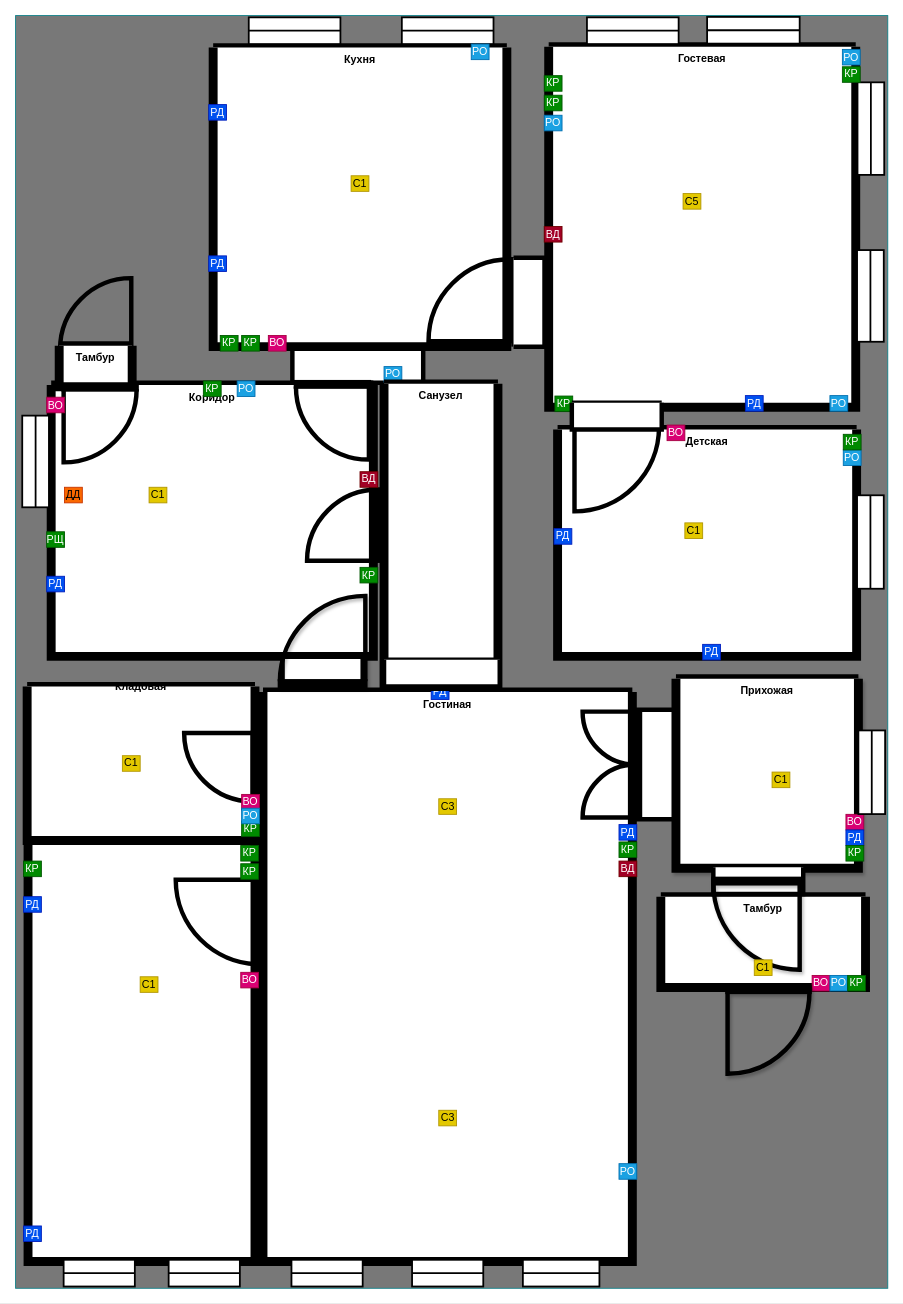
Before: page "Электрика Дом" (3 of 4) of Переезд.drawio in GritsanY/test, a draw.io diagram. Source tidied: cells renumbered, new cells numbered last; positions are measured from the earlier drawing's top-left corner, leaving out a move shared by most shapes. Both pictures are drawn from the tidied source at 89%, with x=0, y=0 at pixel (-11, 15).
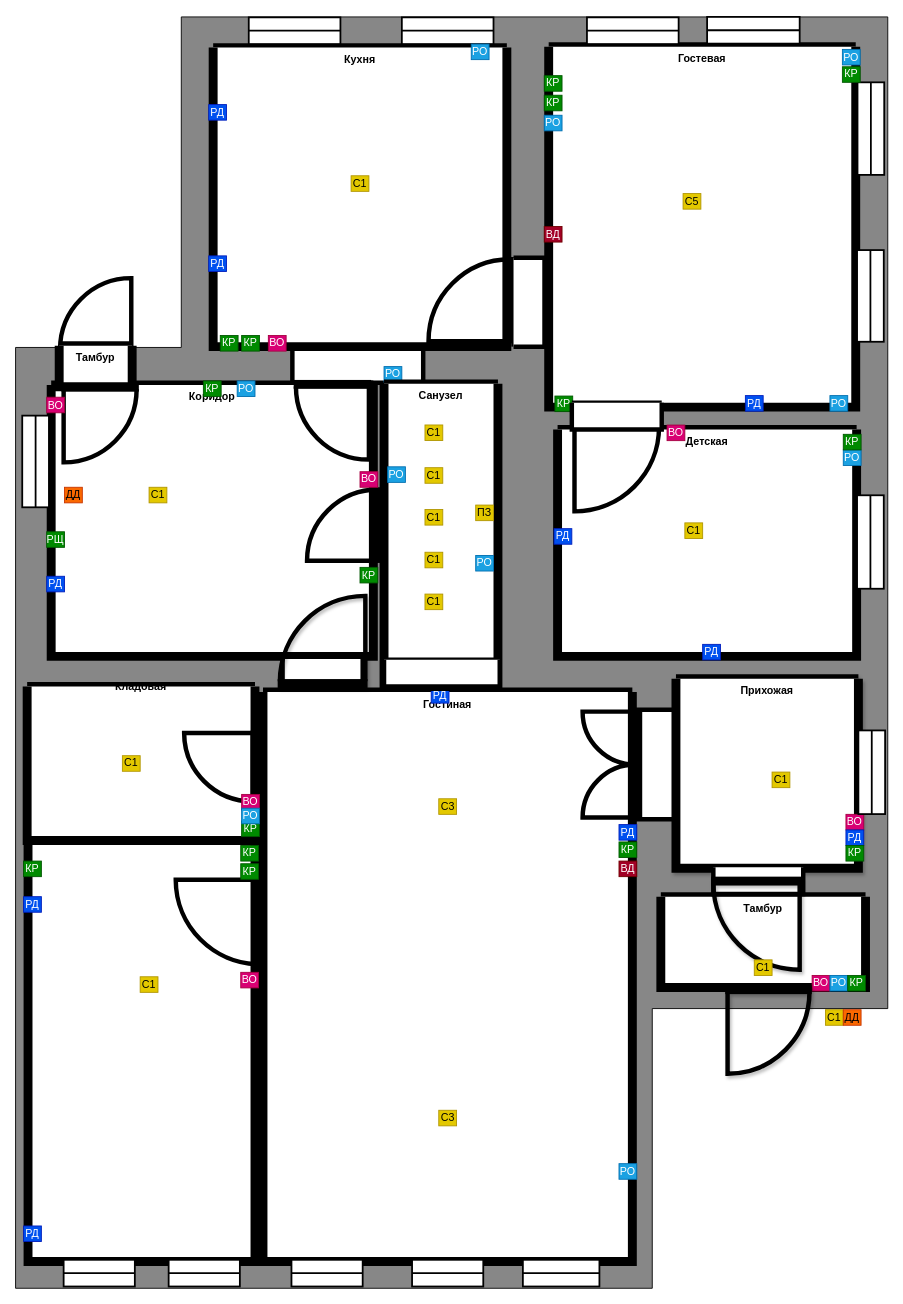
Above is the later version.

Unchanged cells that the change refers to:
```xml
<mxCell id="6" value="Гостиная" style="swimlane;startSize=0;align=center;labelPosition=center;verticalLabelPosition=middle;verticalAlign=top;strokeWidth=10;swimlaneFillColor=default;fillStyle=solid;" parent="1" vertex="1">
  <mxGeometry x="307" y="760" width="415" height="640" as="geometry" />
</mxCell>
<mxCell id="27" value="Санузел" style="swimlane;startSize=0;align=center;labelPosition=center;verticalLabelPosition=middle;verticalAlign=top;strokeWidth=10;swimlaneFillColor=default;" parent="1" vertex="1">
  <mxGeometry x="443" y="413.8" width="128" height="340" as="geometry" />
</mxCell>
<mxCell id="29" value="Коридор" style="swimlane;startSize=0;align=center;labelPosition=center;verticalLabelPosition=middle;verticalAlign=top;strokeWidth=10;swimlaneFillColor=default;" parent="1" vertex="1">
  <mxGeometry x="69" y="415" width="362" height="305" as="geometry" />
</mxCell>
```

The edit, as a diff of the source:
```diff
@@
-    <mxCell id="2" style="rounded=0;whiteSpace=wrap;html=1;comic=0;strokeWidth=1;fillColor=#787878;strokeColor=#0e8088;" parent="1" vertex="1">
-      <mxGeometry x="29" width="980" height="1430" as="geometry" />
-    </mxCell>
+    <mxCell id="106" style="verticalLabelPosition=bottom;verticalAlign=top;html=1;shape=mxgraph.basic.polygon;polyCoords=[[0.19,0.26],[0.19,0],[1,0],[1,0.78],[0.73,0.78],[0.73,1],[0,1],[0,0.26]];polyline=0;fillColor=#878787;" parent="1" vertex="1">
+      <mxGeometry x="29" y="1.5" width="980" height="1428.5" as="geometry" />
+    </mxCell>
@@
-    <mxCell id="10" value="РД" style="rounded=1;whiteSpace=wrap;html=1;fillColor=#0050ef;fontColor=#ffffff;strokeColor=#001DBC;arcSize=0;" parent="6" vertex="1">
-      <mxGeometry x="189" y="-9" width="20" height="17.5" as="geometry" />
-    </mxCell>
@@
+    <mxCell id="10" value="РД" style="rounded=1;whiteSpace=wrap;html=1;fillColor=#0050ef;fontColor=#ffffff;strokeColor=#001DBC;arcSize=0;" parent="6" vertex="1">
+      <mxGeometry x="189" y="-5" width="20" height="17.5" as="geometry" />
+    </mxCell>
@@
+    <mxCell id="107" value="РО" style="rounded=1;whiteSpace=wrap;html=1;fillColor=#1ba1e2;fontColor=#ffffff;strokeColor=#006EAF;arcSize=0;" parent="27" vertex="1">
+      <mxGeometry x="103" y="192.8" width="20" height="17.5" as="geometry" />
+    </mxCell>
+    <mxCell id="108" value="РО" style="rounded=1;whiteSpace=wrap;html=1;fillColor=#1ba1e2;fontColor=#ffffff;strokeColor=#006EAF;arcSize=0;" parent="27" vertex="1">
+      <mxGeometry x="4" y="93.2" width="20" height="17.5" as="geometry" />
+    </mxCell>
+    <mxCell id="109" value="С1" style="rounded=1;whiteSpace=wrap;html=1;fillColor=#e3c800;fontColor=#000000;strokeColor=#B09500;arcSize=0;" parent="27" vertex="1">
+      <mxGeometry x="46" y="46.2" width="20" height="17.5" as="geometry" />
+    </mxCell>
+    <mxCell id="110" value="С1" style="rounded=1;whiteSpace=wrap;html=1;fillColor=#e3c800;fontColor=#000000;strokeColor=#B09500;arcSize=0;" parent="27" vertex="1">
+      <mxGeometry x="46" y="94.2" width="20" height="17.5" as="geometry" />
+    </mxCell>
+    <mxCell id="111" value="С1" style="rounded=1;whiteSpace=wrap;html=1;fillColor=#e3c800;fontColor=#000000;strokeColor=#B09500;arcSize=0;" parent="27" vertex="1">
+      <mxGeometry x="46" y="141.2" width="20" height="17.5" as="geometry" />
+    </mxCell>
+    <mxCell id="112" value="С1" style="rounded=1;whiteSpace=wrap;html=1;fillColor=#e3c800;fontColor=#000000;strokeColor=#B09500;arcSize=0;" parent="27" vertex="1">
+      <mxGeometry x="46" y="189.2" width="20" height="17.5" as="geometry" />
+    </mxCell>
+    <mxCell id="113" value="С1" style="rounded=1;whiteSpace=wrap;html=1;fillColor=#e3c800;fontColor=#000000;strokeColor=#B09500;arcSize=0;" parent="27" vertex="1">
+      <mxGeometry x="46" y="236.2" width="20" height="17.5" as="geometry" />
+    </mxCell>
+    <mxCell id="114" value="ПЗ" style="rounded=1;whiteSpace=wrap;html=1;fillColor=#e3c800;fontColor=#000000;strokeColor=#B09500;arcSize=0;" parent="27" vertex="1">
+      <mxGeometry x="103" y="136.2" width="20" height="17.5" as="geometry" />
+    </mxCell>
@@
-    <mxCell id="42" value="ВД" style="rounded=1;whiteSpace=wrap;html=1;fillColor=#a20025;fontColor=#ffffff;strokeColor=#6F0000;arcSize=0;" parent="29" vertex="1">
+    <mxCell id="42" value="ВО" style="rounded=1;whiteSpace=wrap;html=1;fillColor=#d80073;fontColor=#ffffff;strokeColor=#A50040;arcSize=0;" parent="29" vertex="1">
       <mxGeometry x="347" y="97.5" width="20" height="17.5" as="geometry" />
     </mxCell>
@@
+    <mxCell id="115" value="С1" style="rounded=1;whiteSpace=wrap;html=1;fillColor=#e3c800;fontColor=#000000;strokeColor=#B09500;arcSize=0;" parent="1" vertex="1">
+      <mxGeometry x="939" y="1117" width="20" height="17.5" as="geometry" />
+    </mxCell>
+    <mxCell id="116" value="ДД" style="rounded=1;whiteSpace=wrap;html=1;fillColor=#fa6800;fontColor=#000000;strokeColor=#C73500;arcSize=0;" parent="1" vertex="1">
+      <mxGeometry x="959" y="1117" width="20" height="17.5" as="geometry" />
+    </mxCell>
```
